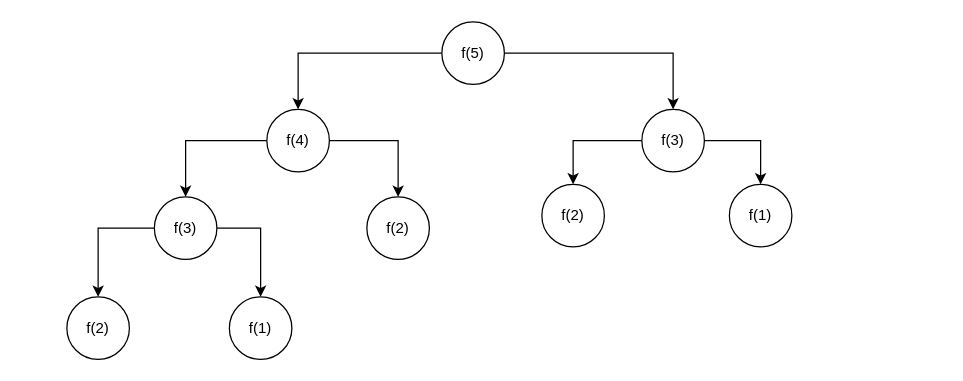
Above: up/未命名绘图.drawio in yyzsyx/app_diagrams_net (draw.io), before the change. Source tidied: cells renumbered, new cells numbered last; positions are measured from the earlier drawing's top-left corner, leaving out a move shared by most shapes. Both pictures are drawn from the tidied source at 125%, with x=0, y=0 at pixel (66, 21).
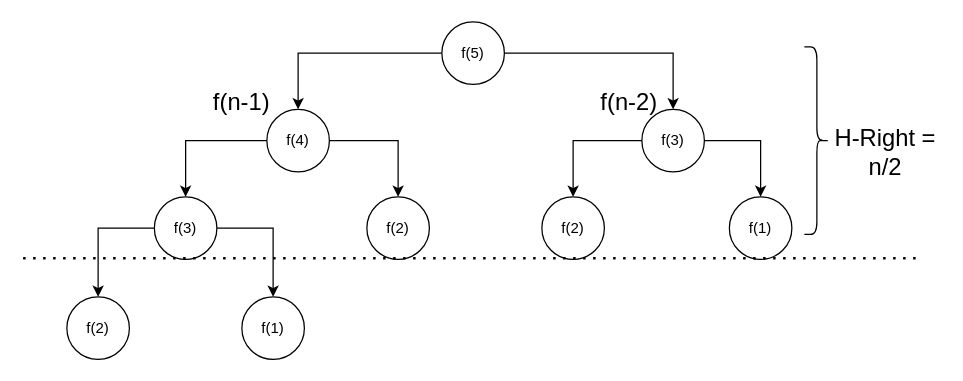
After the change.

Commit message:
斐波那契数列.drawio

Diff of the diagram source:
```diff
@@
     <mxCell id="15" value="f(2)" style="ellipse;whiteSpace=wrap;html=1;" parent="1" vertex="1">
-      <mxGeometry x="380" y="130" width="50" height="50" as="geometry" />
+      <mxGeometry x="380" y="140" width="50" height="50" as="geometry" />
     </mxCell>
     <mxCell id="16" value="f(1)" style="ellipse;whiteSpace=wrap;html=1;" parent="1" vertex="1">
-      <mxGeometry x="530" y="130" width="50" height="50" as="geometry" />
+      <mxGeometry x="530" y="140" width="50" height="50" as="geometry" />
     </mxCell>
@@
     <mxCell id="18" value="f(1)" style="ellipse;whiteSpace=wrap;html=1;" parent="1" vertex="1">
-      <mxGeometry x="130" y="220" width="50" height="50" as="geometry" />
+      <mxGeometry x="140" y="220" width="50" height="50" as="geometry" />
     </mxCell>
+    <mxCell id="19" style="endArrow=none;dashed=1;html=1;dashPattern=1 3;strokeWidth=2;rounded=0;" parent="1" edge="1">
+      <mxGeometry relative="1" as="geometry">
+        <mxPoint x="-35" y="189" as="sourcePoint" />
+        <mxPoint x="685" y="189" as="targetPoint" />
+      </mxGeometry>
+    </mxCell>
+    <mxCell id="20" style="shape=curlyBracket;whiteSpace=wrap;html=1;rounded=1;flipH=1;" parent="1" vertex="1">
+      <mxGeometry x="590" y="20" width="20" height="150" as="geometry" />
+    </mxCell>
+    <mxCell id="21" value="&lt;font style=&quot;font-size: 19px;&quot;&gt;H-Right = n/2&lt;/font&gt;" style="text;html=1;strokeColor=none;fillColor=none;align=center;verticalAlign=middle;whiteSpace=wrap;rounded=0;" parent="1" vertex="1">
+      <mxGeometry x="610" y="90" width="90" height="30" as="geometry" />
+    </mxCell>
+    <mxCell id="22" value="f(n-1)" style="text;html=1;strokeColor=none;fillColor=none;align=center;verticalAlign=middle;whiteSpace=wrap;rounded=0;fontSize=19;" parent="1" vertex="1">
+      <mxGeometry x="110" y="50" width="60" height="30" as="geometry" />
+    </mxCell>
+    <mxCell id="23" value="f(n-2)" style="text;html=1;strokeColor=none;fillColor=none;align=center;verticalAlign=middle;whiteSpace=wrap;rounded=0;fontSize=19;" parent="1" vertex="1">
+      <mxGeometry x="420" y="50" width="60" height="30" as="geometry" />
+    </mxCell>
```
